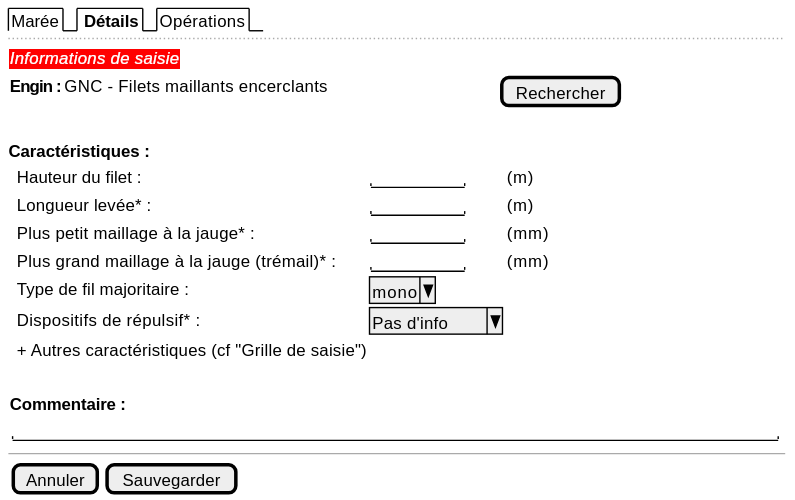
The PlantUML diagram projects/obsmer/spe/images/gear.svg in sumaris-net/sumaris-doc, before a commit. Its diagram source:
```plantuml
@startsalt
{

  {/ | Marée | <b> Détails | Opérations }
  ..

     {
         <back:red><font color=white><i>Informations de saisie
     }

    {
       <b>Engin : | GNC - Filets maillants encerclants | . | . | . | . | . | . | . | . | . | . | . | . | . | . | . | . | . | . | . | . | . | . | . | . | [Rechercher]
    }
  .
    <b>Caractéristiques :
    {
      . | Hauteur du filet : |  "        "  | (m)
      . | Longueur levée* : |  "        "  | (m)
      . | Plus petit maillage à la jauge* : |  "        "  | (mm)
      . | Plus grand maillage à la jauge (trémail)* : |  "        "  | (mm)
      . | Type de fil majoritaire : | ^mono^
      . | Dispositifs de répulsif* : | ^Pas d'info^
      . | + Autres caractéristiques (cf "Grille de saisie")
    }
  .
    {
        <b>Commentaire :

        { "                                                                    "}
    }

  --

  {
    [Annuler] | [Sauvegarder]
  }
}
@endsalt
```
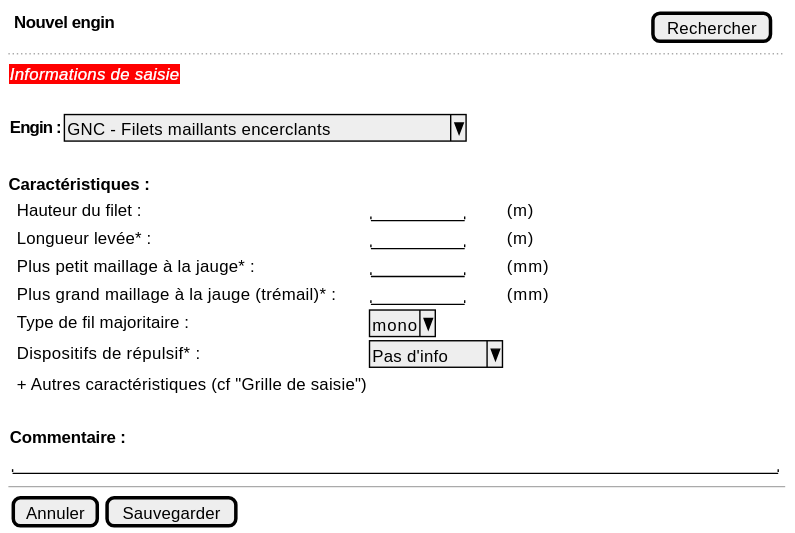
The same diagram one commit later.

Diff of the diagram source:
```diff
@@ -1,15 +1,15 @@
 @startsalt
 {
 
-  {/ | Marée | <b> Détails | Opérations }
+  {  <b> Nouvel engin | . | . | . | . | . | . | . | . | . | . | . | . | . | . | . | . | . | . | . | . | . | . | . | . | . | . | . | . | . | . | . | . | . | . | . | . | . | . | . | . | . | . | . | . | . | . | . | . | . | . | . | . | . | . | . | . | . | . | . | . | . | . | . | . | . | . | . | . | . | . | . | . | . | . | . | . |[Rechercher] }
   ..
 
      {
          <back:red><font color=white><i>Informations de saisie
      }
-
+    .
     {
-       <b>Engin : | GNC - Filets maillants encerclants | . | . | . | . | . | . | . | . | . | . | . | . | . | . | . | . | . | . | . | . | . | . | . | . | [Rechercher]
+       <b>Engin : | ^GNC - Filets maillants encerclants^
     }
   .
     <b>Caractéristiques :
```
